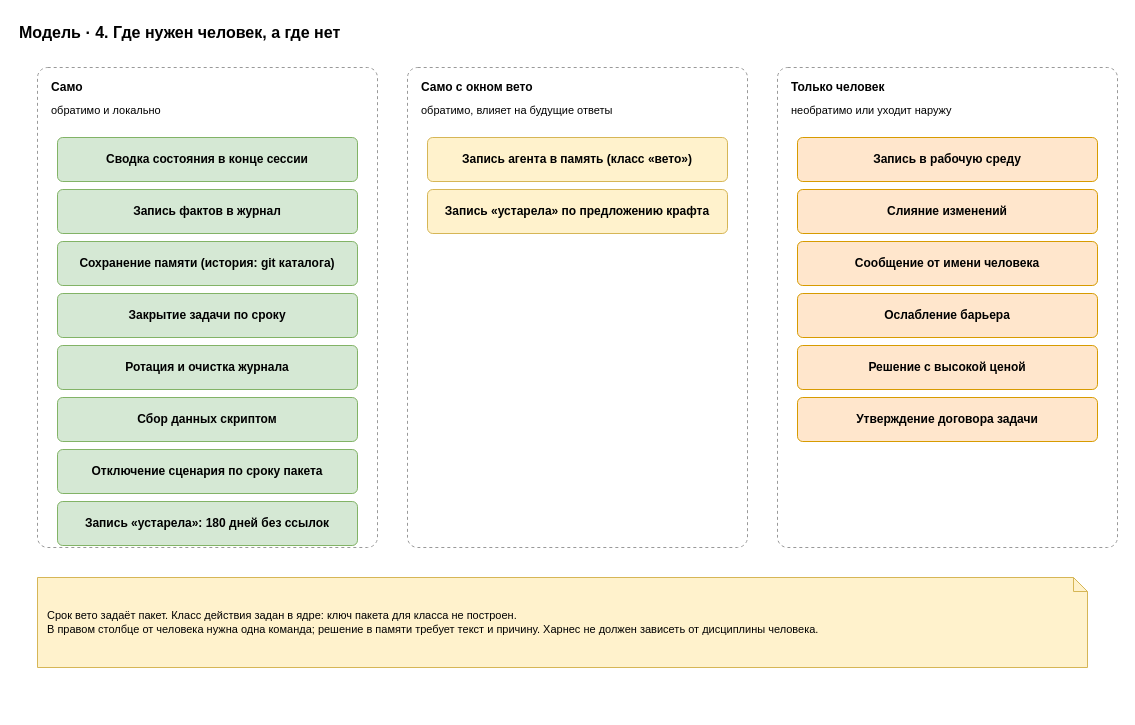
Before: page "4. Классы автономии" (4 of 6) of docs/spec/harness-model.drawio in roygkov/reins, a draw.io diagram. Source tidied: cells renumbered, new cells numbered last; positions are measured from the earlier drawing's top-left corner, leaving out a move shared by most shapes. Both pictures are drawn from the tidied source at 100%, with x=0, y=0 at pixel (17, 17).
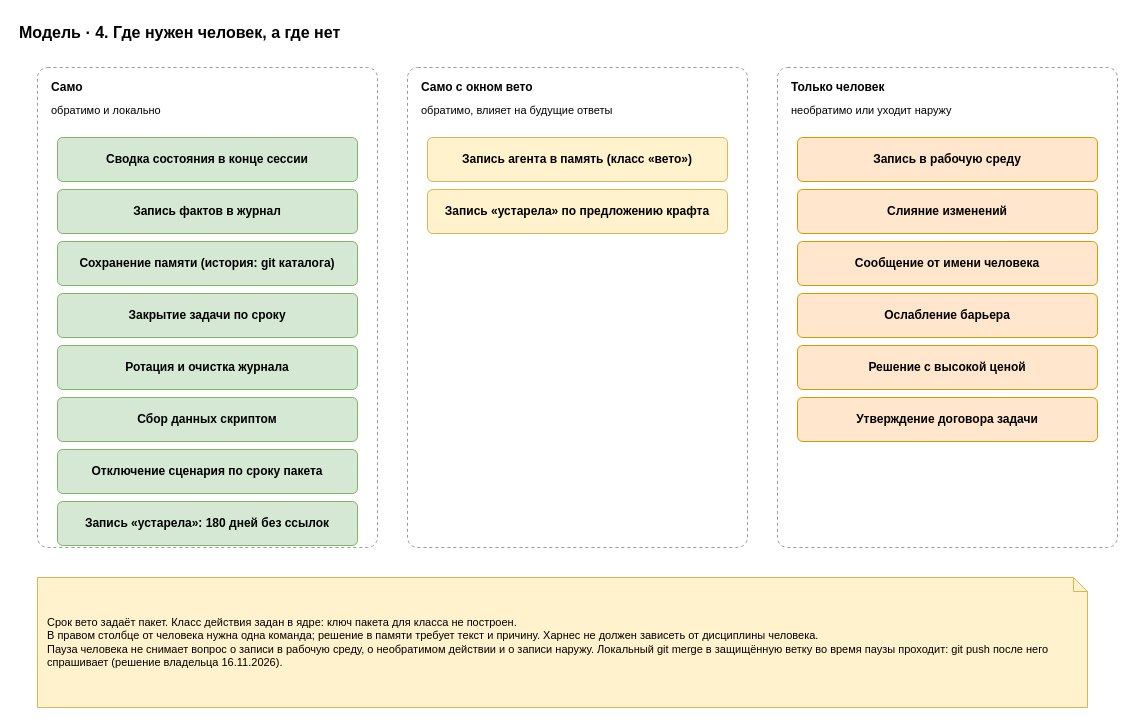
Above is the later version.

Diff of the diagram source:
```diff
@@
-    <mxCell id="25" value="Срок вето задаёт пакет. Класс действия задан в ядре: ключ пакета для класса не построен.&lt;br&gt;В правом столбце от человека нужна одна команда; решение в памяти требует текст и причину. Харнес не должен зависеть от дисциплины человека." style="shape=note;whiteSpace=wrap;html=1;backgroundOutline=1;size=14;fillColor=#fff2cc;strokeColor=#d6b656;align=left;spacingLeft=8;spacingRight=8;fontSize=11;" parent="1" vertex="1">
-      <mxGeometry x="20" y="560" width="1050" height="90" as="geometry" />
+    <mxCell id="25" value="Срок вето задаёт пакет. Класс действия задан в ядре: ключ пакета для класса не построен.&lt;br&gt;В правом столбце от человека нужна одна команда; решение в памяти требует текст и причину. Харнес не должен зависеть от дисциплины человека.&lt;br&gt;Пауза человека не снимает вопрос о записи в рабочую среду, о необратимом действии и о записи наружу. Локальный git merge в защищённую ветку во время паузы проходит: git push после него спрашивает (решение владельца 16.11.2026)." style="shape=note;whiteSpace=wrap;html=1;backgroundOutline=1;size=14;fillColor=#fff2cc;strokeColor=#d6b656;align=left;spacingLeft=8;spacingRight=8;fontSize=11;" parent="1" vertex="1">
+      <mxGeometry x="20" y="560" width="1050" height="130" as="geometry" />
     </mxCell>
```
